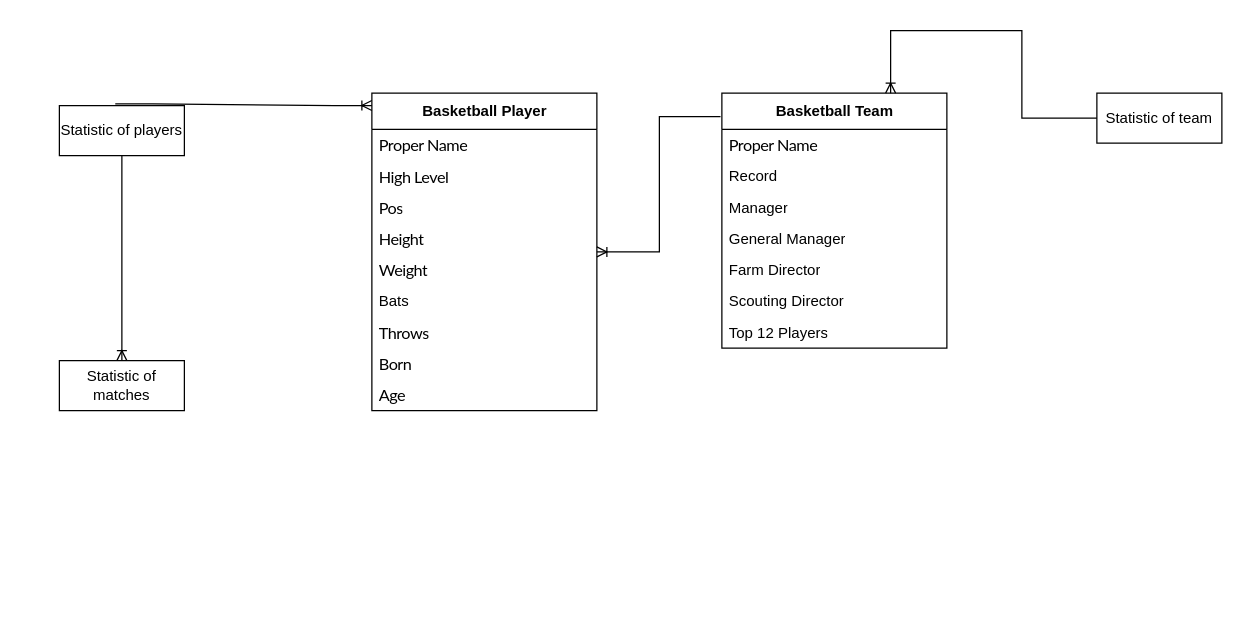
AlexKvai/RGRVizual keeps this draw.io diagram as er.drawio. Above is the earlier version. Source tidied: cells renumbered, new cells numbered last; positions are measured from the earlier drawing's top-left corner, leaving out a move shared by most shapes. Both pictures are drawn from the tidied source at 125%, with x=0, y=0 at pixel (59, 30).
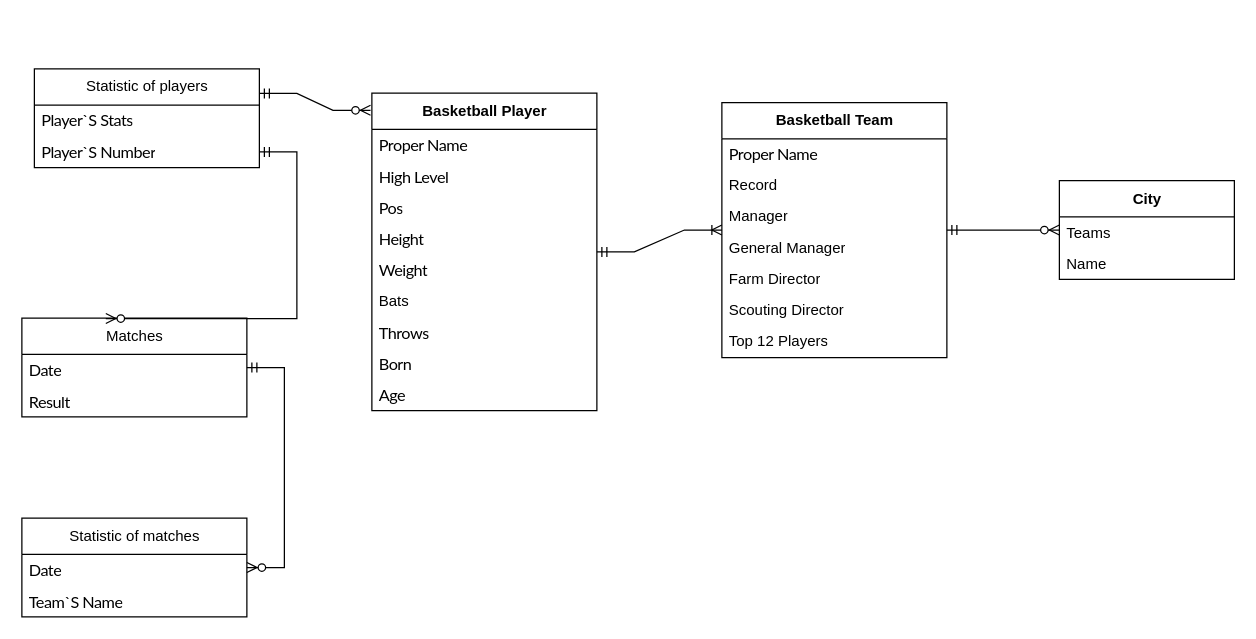
The same diagram, later.

Unchanged cells that the change refers to:
```xml
<mxCell id="2" value="Basketball Player" style="swimlane;fontStyle=1;align=center;verticalAlign=middle;horizontal=1;startSize=29;html=1;" parent="1" vertex="1">
  <mxGeometry x="250" y="50" width="180" height="254" as="geometry" />
</mxCell>
```

Diff of the diagram source:
```diff
@@
     <mxCell id="12" value="Basketball Team" style="swimlane;fontStyle=1;align=center;verticalAlign=middle;horizontal=1;startSize=29;html=1;" parent="1" vertex="1">
-      <mxGeometry x="530" y="50" width="180" height="204" as="geometry" />
+      <mxGeometry x="530" y="57.5" width="180" height="204" as="geometry" />
     </mxCell>
@@
-    <mxCell id="20" value="Statistic of players" style="rounded=0;whiteSpace=wrap;html=1;" parent="1" vertex="1">
-      <mxGeometry y="60" width="100" height="40" as="geometry" />
+    <mxCell id="20" value="&lt;span style=&quot;font-weight: 400&quot;&gt;Statistic of players&lt;/span&gt;" style="swimlane;fontStyle=1;align=center;verticalAlign=middle;horizontal=1;startSize=29;html=1;" parent="1" vertex="1">
+      <mxGeometry x="-20" y="30.5" width="180" height="79" as="geometry" />
     </mxCell>
+    <mxCell id="27" value="&lt;div style=&quot;text-align: center&quot;&gt;&lt;font face=&quot;lato, sans-serif&quot;&gt;&lt;span style=&quot;font-size: 13px ; letter-spacing: -0.4px ; text-transform: capitalize&quot;&gt;Player`s Stats&lt;/span&gt;&lt;/font&gt;&lt;br&gt;&lt;/div&gt;" style="text;html=1;strokeColor=none;fillColor=none;align=left;verticalAlign=middle;spacingLeft=4;spacingRight=4;overflow=hidden;" parent="20" vertex="1">
+      <mxGeometry y="29" width="180" height="25" as="geometry" />
+    </mxCell>
+    <mxCell id="28" value="&lt;div style=&quot;text-align: center&quot;&gt;&lt;font face=&quot;lato, sans-serif&quot;&gt;&lt;span style=&quot;font-size: 13px ; letter-spacing: -0.4px ; text-transform: capitalize&quot;&gt;Player`s number&lt;/span&gt;&lt;/font&gt;&lt;br&gt;&lt;/div&gt;" style="text;html=1;strokeColor=none;fillColor=none;align=left;verticalAlign=middle;spacingLeft=4;spacingRight=4;overflow=hidden;points=[[0,0.5],[1,0.5]];portConstraint=eastwest;" parent="20" vertex="1">
+      <mxGeometry y="54" width="180" height="25" as="geometry" />
+    </mxCell>
+    <mxCell id="25" value="&lt;span style=&quot;font-weight: 400&quot;&gt;Statistic of matches&lt;/span&gt;" style="swimlane;fontStyle=1;align=center;verticalAlign=middle;horizontal=1;startSize=29;html=1;" parent="1" vertex="1">
+      <mxGeometry x="-30" y="390" width="180" height="79" as="geometry" />
+    </mxCell>
+    <mxCell id="29" value="&lt;div style=&quot;text-align: center&quot;&gt;&lt;font face=&quot;lato, sans-serif&quot;&gt;&lt;span style=&quot;font-size: 13px ; letter-spacing: -0.4px ; text-transform: capitalize&quot;&gt;Date&lt;/span&gt;&lt;/font&gt;&lt;br&gt;&lt;/div&gt;" style="text;html=1;strokeColor=none;fillColor=none;align=left;verticalAlign=middle;spacingLeft=4;spacingRight=4;overflow=hidden;" parent="25" vertex="1">
+      <mxGeometry y="29" width="180" height="25" as="geometry" />
+    </mxCell>
+    <mxCell id="30" value="&lt;div style=&quot;text-align: center&quot;&gt;&lt;font face=&quot;lato, sans-serif&quot;&gt;&lt;span style=&quot;font-size: 13px ; letter-spacing: -0.4px ; text-transform: capitalize&quot;&gt;Team`s name&lt;/span&gt;&lt;/font&gt;&lt;/div&gt;" style="text;html=1;strokeColor=none;fillColor=none;align=left;verticalAlign=middle;spacingLeft=4;spacingRight=4;overflow=hidden;" parent="25" vertex="1">
+      <mxGeometry y="54" width="180" height="25" as="geometry" />
+    </mxCell>
+    <mxCell id="31" style="edgeStyle=entityRelationEdgeStyle;fontSize=12;html=1;endArrow=ERzeroToMany;startArrow=ERmandOne;rounded=0;" parent="1" edge="1" source="32" target="25">
+      <mxGeometry relative="1" as="geometry" />
+    </mxCell>
+    <mxCell id="32" value="&lt;span style=&quot;font-weight: 400&quot;&gt;Matches&lt;/span&gt;" style="swimlane;fontStyle=1;align=center;verticalAlign=middle;horizontal=1;startSize=29;html=1;" parent="1" vertex="1">
+      <mxGeometry x="-30" y="230" width="180" height="79" as="geometry" />
+    </mxCell>
+    <mxCell id="33" value="&lt;div style=&quot;text-align: center&quot;&gt;&lt;font face=&quot;lato, sans-serif&quot;&gt;&lt;span style=&quot;font-size: 13px ; letter-spacing: -0.4px ; text-transform: capitalize&quot;&gt;Date&lt;/span&gt;&lt;/font&gt;&lt;br&gt;&lt;/div&gt;" style="text;html=1;strokeColor=none;fillColor=none;align=left;verticalAlign=middle;spacingLeft=4;spacingRight=4;overflow=hidden;" parent="32" vertex="1">
+      <mxGeometry y="29" width="180" height="25" as="geometry" />
+    </mxCell>
+    <mxCell id="34" value="&lt;div style=&quot;text-align: center&quot;&gt;&lt;font face=&quot;lato, sans-serif&quot;&gt;&lt;span style=&quot;font-size: 13px ; letter-spacing: -0.4px ; text-transform: capitalize&quot;&gt;Result&lt;/span&gt;&lt;/font&gt;&lt;/div&gt;" style="text;html=1;strokeColor=none;fillColor=none;align=left;verticalAlign=middle;spacingLeft=4;spacingRight=4;overflow=hidden;" parent="32" vertex="1">
+      <mxGeometry y="54" width="180" height="25" as="geometry" />
+    </mxCell>
+    <mxCell id="35" style="edgeStyle=entityRelationEdgeStyle;fontSize=12;html=1;endArrow=ERzeroToMany;startArrow=ERmandOne;rounded=0;entryX=0.373;entryY=0.004;entryDx=0;entryDy=0;entryPerimeter=0;" parent="1" edge="1" source="28" target="32">
+      <mxGeometry relative="1" as="geometry" />
+    </mxCell>
-    <mxCell id="21" style="edgeStyle=entityRelationEdgeStyle;fontSize=12;html=1;endArrow=ERoneToMany;rounded=0;entryX=0;entryY=0.039;entryDx=0;entryDy=0;entryPerimeter=0;exitX=0.447;exitY=-0.033;exitDx=0;exitDy=0;exitPerimeter=0;" parent="1" edge="1" source="20" target="2">
+    <mxCell id="21" style="edgeStyle=entityRelationEdgeStyle;fontSize=12;html=1;endArrow=ERzeroToMany;startArrow=ERmandOne;rounded=0;entryX=-0.006;entryY=0.054;entryDx=0;entryDy=0;entryPerimeter=0;exitX=1;exitY=0.25;exitDx=0;exitDy=0;" parent="1" edge="1" source="20" target="2">
       <mxGeometry relative="1" as="geometry" />
     </mxCell>
-    <mxCell id="22" value="Statistic of team&lt;br&gt;" style="rounded=0;whiteSpace=wrap;html=1;" parent="1" vertex="1">
-      <mxGeometry x="830" y="50" width="100" height="40" as="geometry" />
-    </mxCell>
-    <mxCell id="23" style="edgeStyle=orthogonalEdgeStyle;fontSize=12;html=1;endArrow=ERoneToMany;rounded=0;exitX=0;exitY=0.5;exitDx=0;exitDy=0;entryX=0.75;entryY=0;entryDx=0;entryDy=0;" parent="1" edge="1" source="22" target="12">
-      <mxGeometry relative="1" as="geometry">
-        <Array as="points">
-          <mxPoint x="770" y="70" />
-          <mxPoint x="770" />
-          <mxPoint x="665" />
-        </Array>
-      </mxGeometry>
-    </mxCell>
-    <mxCell id="24" style="edgeStyle=orthogonalEdgeStyle;fontSize=12;html=1;endArrow=ERoneToMany;rounded=0;exitX=-0.006;exitY=0.092;exitDx=0;exitDy=0;exitPerimeter=0;" parent="1" edge="1" source="12" target="2">
-      <mxGeometry relative="1" as="geometry" />
-    </mxCell>
-    <mxCell id="25" value="Statistic of matches" style="rounded=0;whiteSpace=wrap;html=1;" parent="1" vertex="1">
-      <mxGeometry y="264" width="100" height="40" as="geometry" />
-    </mxCell>
-    <mxCell id="26" style="edgeStyle=orthogonalEdgeStyle;fontSize=12;html=1;endArrow=ERoneToMany;rounded=0;exitX=0.5;exitY=1;exitDx=0;exitDy=0;" parent="1" edge="1" source="20" target="25">
-      <mxGeometry relative="1" as="geometry" />
-    </mxCell>
+    <mxCell id="36" style="edgeStyle=entityRelationEdgeStyle;fontSize=12;html=1;endArrow=ERoneToMany;startArrow=ERmandOne;rounded=0;" parent="1" edge="1" source="2" target="12">
+      <mxGeometry relative="1" as="geometry" />
+    </mxCell>
+    <mxCell id="37" value="City" style="swimlane;fontStyle=1;align=center;verticalAlign=middle;horizontal=1;startSize=29;html=1;" parent="1" vertex="1">
+      <mxGeometry x="800" y="120" width="140" height="79" as="geometry" />
+    </mxCell>
+    <mxCell id="38" value="Teams" style="text;html=1;strokeColor=none;fillColor=none;align=left;verticalAlign=middle;spacingLeft=4;spacingRight=4;overflow=hidden;" parent="37" vertex="1">
+      <mxGeometry y="29" width="140" height="25" as="geometry" />
+    </mxCell>
+    <mxCell id="39" value="Name" style="text;html=1;strokeColor=none;fillColor=none;align=left;verticalAlign=middle;spacingLeft=4;spacingRight=4;overflow=hidden;" parent="37" vertex="1">
+      <mxGeometry y="54" width="140" height="25" as="geometry" />
+    </mxCell>
+    <mxCell id="40" style="edgeStyle=entityRelationEdgeStyle;fontSize=12;html=1;endArrow=ERzeroToMany;startArrow=ERmandOne;rounded=0;" parent="1" edge="1" source="12" target="37">
+      <mxGeometry relative="1" as="geometry" />
+    </mxCell>
```
